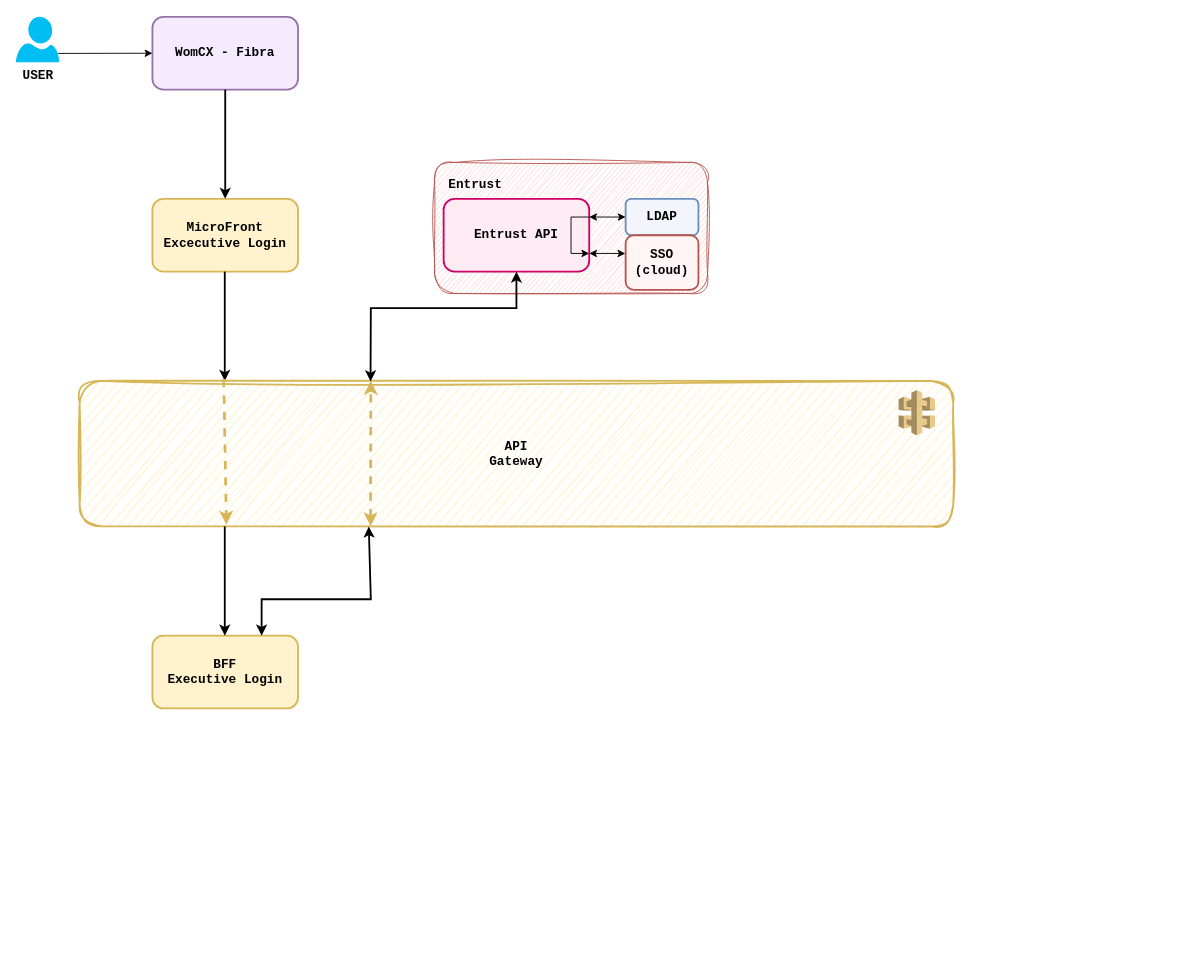
The draw.io diagram page "DiagFlujo" (2 of 2) of LoginLayer.drawio in linosnt/womCX, before the edit. Source tidied: cells renumbered, new cells numbered last; positions are measured from the earlier drawing's top-left corner, leaving out a move shared by most shapes. Both pictures are drawn from the tidied source at 91%, with x=0, y=0 at pixel (15, 16).
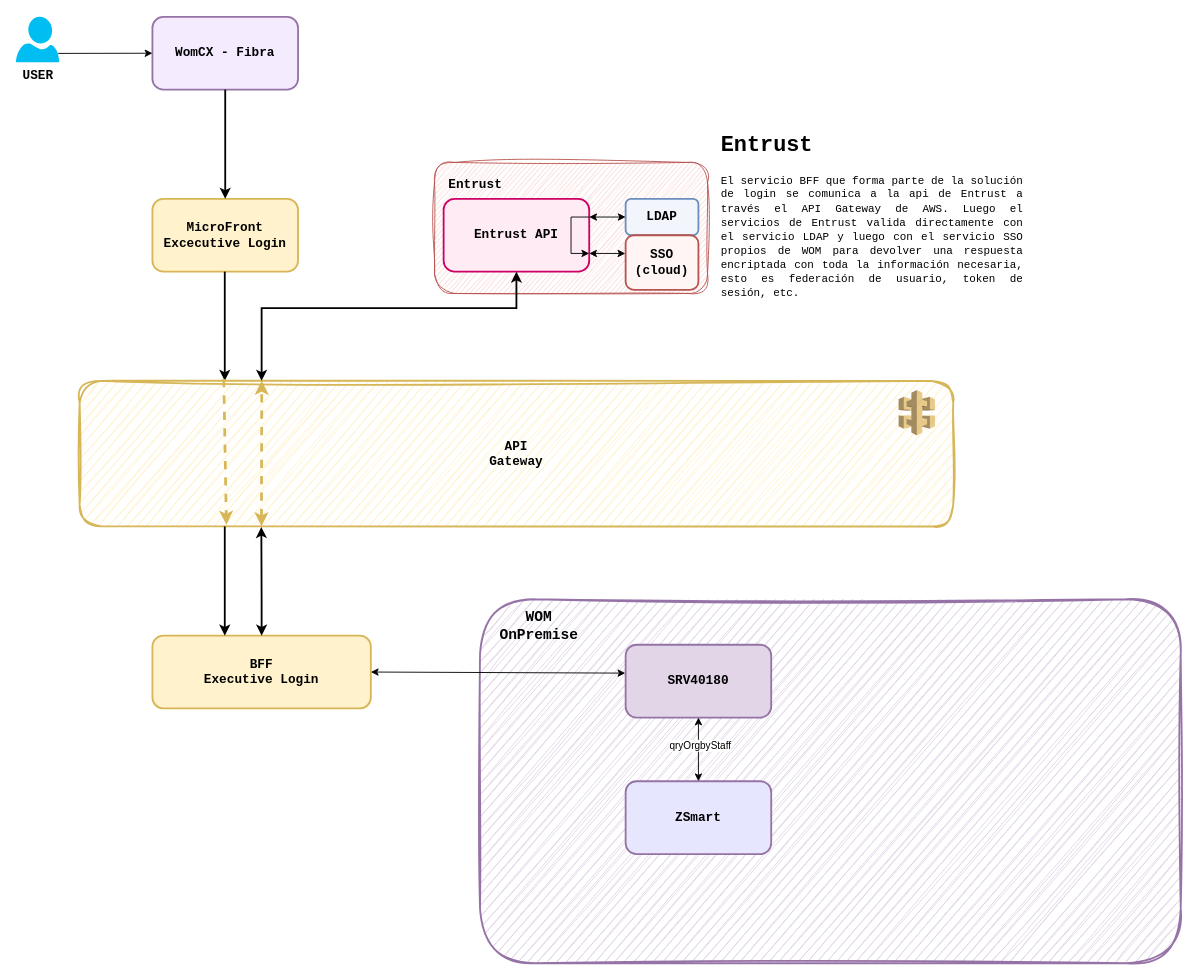
The same page after the edit.

The change refers to these unchanged cells:
```xml
<mxCell id="6" value="&lt;font style=&quot;font-size: 14px;&quot; face=&quot;Courier New&quot;&gt;&lt;b&gt;API&lt;br&gt;Gateway&lt;/b&gt;&lt;/font&gt;" style="rounded=1;whiteSpace=wrap;html=1;fillColor=#fff2cc;strokeColor=#d6b656;strokeWidth=2;sketch=1;curveFitting=1;jiggle=2;" parent="1" vertex="1">
  <mxGeometry x="70" y="400" width="960" height="160" as="geometry" />
</mxCell>
<mxCell id="9" value="&lt;div&gt;&lt;font size=&quot;1&quot; face=&quot;Courier New&quot;&gt;&lt;b style=&quot;font-size: 14px;&quot;&gt;Entrust API&lt;br&gt;&lt;/b&gt;&lt;/font&gt;&lt;/div&gt;" style="rounded=1;whiteSpace=wrap;html=1;fillColor=#FFEBF3;strokeColor=#CC0066;strokeWidth=2;" parent="1" vertex="1">
  <mxGeometry x="470" y="200" width="160" height="80" as="geometry" />
</mxCell>
```

The edit, as a diff of the source:
```diff
@@
+    <mxCell id="24" style="rounded=1;whiteSpace=wrap;html=1;fillColor=#e1d5e7;strokeColor=#9673a6;strokeWidth=2;sketch=1;curveFitting=1;jiggle=2;" parent="1" vertex="1">
+      <mxGeometry x="510" y="640" width="770" height="400" as="geometry" />
+    </mxCell>
@@
     <mxCell id="8" value="&lt;div&gt;&lt;font size=&quot;1&quot; face=&quot;Courier New&quot;&gt;&lt;b style=&quot;font-size: 14px;&quot;&gt;BFF&lt;/b&gt;&lt;/font&gt;&lt;/div&gt;&lt;div&gt;&lt;font size=&quot;1&quot; face=&quot;Courier New&quot;&gt;&lt;b style=&quot;font-size: 14px;&quot;&gt;Executive Login&lt;/b&gt;&lt;/font&gt;&lt;/div&gt;" style="rounded=1;whiteSpace=wrap;html=1;fillColor=#fff2cc;strokeColor=#d6b656;strokeWidth=2;" parent="1" vertex="1">
-      <mxGeometry x="150" y="680" width="160" height="80" as="geometry" />
+      <mxGeometry x="150" y="680" width="240" height="80" as="geometry" />
     </mxCell>
@@
-    <mxCell id="14" style="endArrow=classic;startArrow=classic;html=1;rounded=0;entryX=0.5;entryY=1;entryDx=0;entryDy=0;exitX=0.333;exitY=0.004;exitDx=0;exitDy=0;exitPerimeter=0;strokeWidth=2;" parent="1" edge="1" source="6" target="9">
+    <mxCell id="14" style="endArrow=classic;startArrow=classic;html=1;rounded=0;entryX=0.5;entryY=1;entryDx=0;entryDy=0;strokeWidth=2;" parent="1" edge="1" target="9">
       <mxGeometry relative="1" as="geometry">
+        <mxPoint x="270" y="400" as="sourcePoint" />
         <Array as="points">
-          <mxPoint x="390" y="320" />
+          <mxPoint x="270" y="320" />
           <mxPoint x="550" y="320" />
         </Array>
       </mxGeometry>
     </mxCell>
-    <mxCell id="15" style="endArrow=classic;startArrow=classic;html=1;rounded=0;exitX=0.333;exitY=0.999;exitDx=0;exitDy=0;exitPerimeter=0;strokeWidth=3;fillColor=#fff2cc;strokeColor=#d6b656;dashed=1;" parent="1" edge="1" source="6">
+    <mxCell id="15" style="endArrow=classic;startArrow=classic;html=1;rounded=0;exitX=0.333;exitY=0.999;exitDx=0;exitDy=0;exitPerimeter=0;strokeWidth=3;fillColor=#fff2cc;strokeColor=#d6b656;dashed=1;" parent="1" edge="1">
       <mxGeometry relative="1" as="geometry">
-        <mxPoint x="390" y="400" as="targetPoint" />
+        <mxPoint x="269.8" y="559.8" as="sourcePoint" />
+        <mxPoint x="270.2" y="400" as="targetPoint" />
       </mxGeometry>
     </mxCell>
-    <mxCell id="16" style="endArrow=classic;startArrow=classic;html=1;rounded=0;exitX=0.331;exitY=1.001;exitDx=0;exitDy=0;entryX=0.75;entryY=0;entryDx=0;entryDy=0;strokeWidth=2;exitPerimeter=0;endFill=1;" parent="1" edge="1" source="6" target="8">
+    <mxCell id="16" style="endArrow=classic;startArrow=classic;html=1;rounded=0;exitX=0.208;exitY=1.004;exitDx=0;exitDy=0;entryX=0.5;entryY=0;entryDx=0;entryDy=0;strokeWidth=2;endFill=1;exitPerimeter=0;" parent="1" edge="1" source="6" target="8">
       <mxGeometry relative="1" as="geometry">
         <Array as="points">
-          <mxPoint x="390" y="640" />
           <mxPoint x="270" y="640" />
         </Array>
       </mxGeometry>
     </mxCell>
@@
+    <mxCell id="25" value="&lt;h1 align=&quot;justify&quot;&gt;&lt;font face=&quot;Courier New&quot;&gt;Entrust&lt;/font&gt;&lt;/h1&gt;&lt;p align=&quot;justify&quot;&gt;&lt;font face=&quot;Courier New&quot;&gt;El servicio BFF que forma parte de la solución de login se comunica a la api de Entrust a través el API Gateway de AWS. Luego el servicios de Entrust valida directamente con el servicio LDAP y luego con el servicio SSO propios de WOM para devolver una respuesta encriptada con toda la información necesaria, esto es federación de usuario, token de sesión, etc.&lt;/font&gt;&lt;br&gt;&lt;/p&gt;" style="text;html=1;strokeColor=none;fillColor=none;spacing=5;spacingTop=-20;whiteSpace=wrap;overflow=hidden;rounded=0;" parent="1" vertex="1">
+      <mxGeometry x="770" y="120" width="340" height="190" as="geometry" />
+    </mxCell>
+    <mxCell id="26" value="&lt;div&gt;&lt;font size=&quot;1&quot; face=&quot;Courier New&quot;&gt;&lt;b style=&quot;font-size: 14px;&quot;&gt;SRV40180&lt;/b&gt;&lt;/font&gt;&lt;/div&gt;" style="rounded=1;whiteSpace=wrap;html=1;fillColor=#e1d5e7;strokeColor=#9673a6;strokeWidth=2;" parent="1" vertex="1">
+      <mxGeometry x="670" y="690" width="160" height="80" as="geometry" />
+    </mxCell>
+    <mxCell id="27" value="&lt;div&gt;&lt;font size=&quot;1&quot;&gt;&lt;b&gt;&lt;font style=&quot;font-size: 16px;&quot; face=&quot;Courier New&quot;&gt;WOM&lt;/font&gt;&lt;/b&gt;&lt;/font&gt;&lt;/div&gt;&lt;div&gt;&lt;font size=&quot;1&quot;&gt;&lt;b&gt;&lt;font style=&quot;font-size: 16px;&quot; face=&quot;Courier New&quot;&gt;OnPremise&lt;/font&gt;&lt;/b&gt;&lt;/font&gt;&lt;/div&gt;" style="text;html=1;strokeColor=none;fillColor=none;align=center;verticalAlign=middle;whiteSpace=wrap;rounded=0;" parent="1" vertex="1">
+      <mxGeometry x="520" y="650" width="110" height="40" as="geometry" />
+    </mxCell>
+    <mxCell id="28" style="endArrow=classic;startArrow=classic;html=1;rounded=0;exitX=1;exitY=0.5;exitDx=0;exitDy=0;entryX=-0.002;entryY=0.39;entryDx=0;entryDy=0;entryPerimeter=0;" parent="1" edge="1" source="8" target="26">
+      <mxGeometry relative="1" as="geometry" />
+    </mxCell>
+    <mxCell id="29" value="&lt;div&gt;&lt;font size=&quot;1&quot; face=&quot;Courier New&quot;&gt;&lt;b style=&quot;font-size: 14px;&quot;&gt;ZSmart&lt;/b&gt;&lt;/font&gt;&lt;/div&gt;" style="rounded=1;whiteSpace=wrap;html=1;fillColor=#E6E6FF;strokeColor=#9673a6;strokeWidth=2;" parent="1" vertex="1">
+      <mxGeometry x="670" y="840" width="160" height="80" as="geometry" />
+    </mxCell>
+    <mxCell id="30" style="endArrow=classic;startArrow=classic;html=1;rounded=0;exitX=0.5;exitY=0;exitDx=0;exitDy=0;entryX=0.5;entryY=1;entryDx=0;entryDy=0;" parent="1" edge="1" source="29" target="26">
+      <mxGeometry relative="1" as="geometry" />
+    </mxCell>
+    <mxCell id="31" value="qryOrgbyStaff" style="edgeLabel;html=1;align=center;verticalAlign=middle;" parent="30" vertex="1">
+      <mxGeometry x="0.14" y="-1" relative="1" as="geometry" />
+    </mxCell>
```
